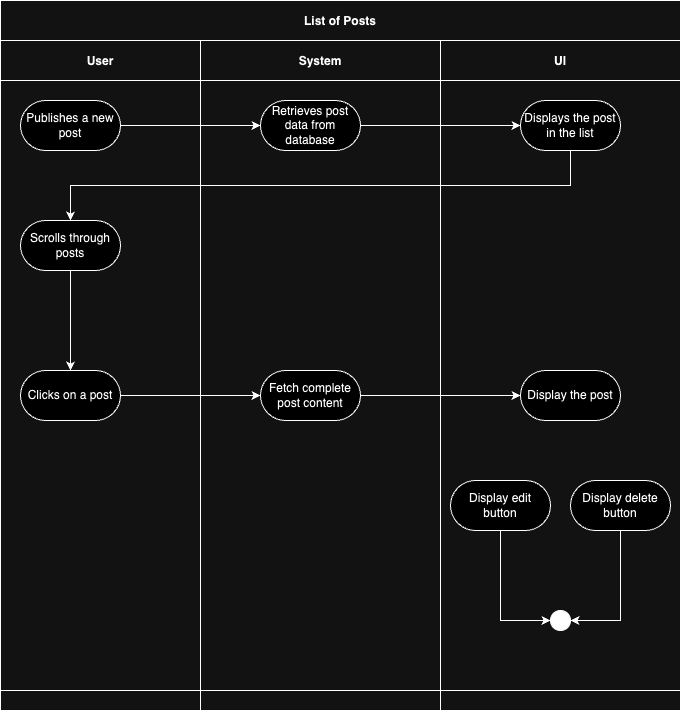
This is Assets/List .drawio.png from millisom/GluGuide, a draw.io export, as it was before one commit. Source tidied: cells renumbered, new cells last; positions are measured from the earlier drawing's top-left corner, leaving out a move shared by most shapes.
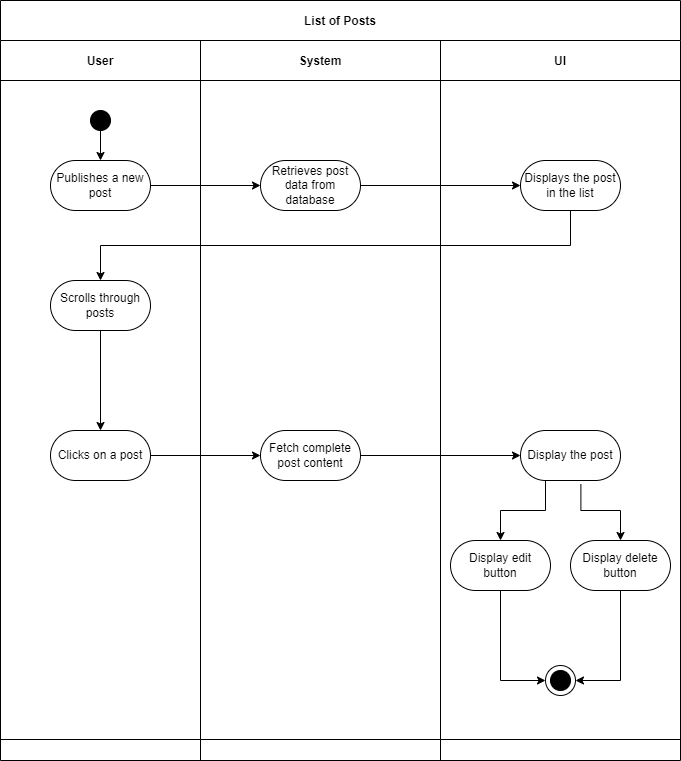
Later version of the same file.

Commit message:
Update List Post Diagram

Change to the diagram source:
```diff
@@ -3,62 +3,77 @@
     <mxCell id="0" />
     <mxCell id="1" parent="0" />
     <mxCell id="2" value="List of Posts" style="shape=table;startSize=40;fillColor=none;fontStyle=1;" parent="1" vertex="1">
-      <mxGeometry width="680" height="710" as="geometry" />
+      <mxGeometry width="680" height="760" as="geometry" />
     </mxCell>
     <mxCell id="3" style="shape=tableRow;horizontal=0;swimlaneHead=0;swimlaneBody=0;top=0;left=0;bottom=0;right=0;fillColor=none;startSize=0;fontStyle=1;" parent="2" vertex="1">
-      <mxGeometry y="40" width="680" height="650" as="geometry" />
+      <mxGeometry y="40" width="680" height="699" as="geometry" />
     </mxCell>
     <mxCell id="4" value="User" style="swimlane;swimlaneHead=0;swimlaneBody=0;fillColor=none;startSize=40;fontStyle=1;" parent="3" vertex="1">
-      <mxGeometry width="200" height="650" as="geometry" />
+      <mxGeometry width="200" height="699" as="geometry" />
     </mxCell>
     <mxCell id="5" value="Publishes a new post" style="rounded=1;whiteSpace=wrap;html=1;arcSize=50;" parent="4" vertex="1">
-      <mxGeometry x="20" y="60" width="100" height="50" as="geometry" />
+      <mxGeometry x="50" y="120" width="100" height="50" as="geometry" />
     </mxCell>
     <mxCell id="6" style="edgeStyle=orthogonalEdgeStyle;rounded=0;jettySize=auto;html=1;exitX=0.5;exitY=1;exitDx=0;exitDy=0;entryX=0.5;entryY=0;entryDx=0;entryDy=0;" parent="4" edge="1" source="7" target="8">
       <mxGeometry relative="1" as="geometry" />
     </mxCell>
     <mxCell id="7" value="Scrolls through posts" style="rounded=1;whiteSpace=wrap;html=1;arcSize=50;" parent="4" vertex="1">
-      <mxGeometry x="20" y="180" width="100" height="50" as="geometry" />
+      <mxGeometry x="50" y="240" width="100" height="50" as="geometry" />
     </mxCell>
     <mxCell id="8" value="Clicks on a post" style="rounded=1;whiteSpace=wrap;html=1;arcSize=50;" parent="4" vertex="1">
-      <mxGeometry x="20" y="330" width="100" height="50" as="geometry" />
+      <mxGeometry x="50" y="390" width="100" height="50" as="geometry" />
     </mxCell>
+    <mxCell id="29" style="edgeStyle=none;html=1;" parent="4" edge="1" source="30" target="5">
+      <mxGeometry relative="1" as="geometry" />
+    </mxCell>
+    <mxCell id="30" style="ellipse;whiteSpace=wrap;html=1;fillColor=#000000;" parent="4" vertex="1">
+      <mxGeometry x="90" y="70" width="20" height="20" as="geometry" />
+    </mxCell>
     <mxCell id="9" value="System" style="swimlane;swimlaneHead=0;swimlaneBody=0;fillColor=none;startSize=40;fontStyle=1;" parent="3" vertex="1">
-      <mxGeometry x="200" width="240" height="650" as="geometry" />
+      <mxGeometry x="200" width="240" height="699" as="geometry" />
     </mxCell>
     <mxCell id="10" value="Retrieves post data from database" style="rounded=1;whiteSpace=wrap;html=1;arcSize=50;" parent="9" vertex="1">
-      <mxGeometry x="60" y="60" width="100" height="50" as="geometry" />
+      <mxGeometry x="60" y="120" width="100" height="50" as="geometry" />
     </mxCell>
     <mxCell id="11" value="Fetch complete post content" style="rounded=1;whiteSpace=wrap;html=1;arcSize=50;" parent="9" vertex="1">
-      <mxGeometry x="60" y="330" width="100" height="50" as="geometry" />
+      <mxGeometry x="60" y="390" width="100" height="50" as="geometry" />
     </mxCell>
     <mxCell id="12" value="UI" style="swimlane;swimlaneHead=0;swimlaneBody=0;fillColor=none;startSize=40;fontStyle=1;" parent="3" vertex="1">
-      <mxGeometry x="440" width="240" height="650" as="geometry" />
+      <mxGeometry x="440" width="240" height="699" as="geometry" />
     </mxCell>
     <mxCell id="13" value="Display the post" style="rounded=1;whiteSpace=wrap;html=1;arcSize=50;" parent="12" vertex="1">
-      <mxGeometry x="80" y="330" width="100" height="50" as="geometry" />
+      <mxGeometry x="80" y="390" width="100" height="50" as="geometry" />
     </mxCell>
     <mxCell id="14" style="ellipse;whiteSpace=wrap;html=1;fillColor=#000000;" parent="12" vertex="1">
-      <mxGeometry x="110" y="570" width="20" height="20" as="geometry" />
+      <mxGeometry x="110" y="630" width="20" height="20" as="geometry" />
     </mxCell>
     <mxCell id="15" value="Displays the post in the list" style="rounded=1;whiteSpace=wrap;html=1;arcSize=50;" parent="12" vertex="1">
-      <mxGeometry x="80" y="60" width="100" height="50" as="geometry" />
+      <mxGeometry x="80" y="120" width="100" height="50" as="geometry" />
     </mxCell>
-    <mxCell id="16" style="edgeStyle=orthogonalEdgeStyle;rounded=0;jettySize=auto;html=1;exitX=0.5;exitY=1;exitDx=0;exitDy=0;entryX=0;entryY=0.5;entryDx=0;entryDy=0;" parent="12" edge="1" source="17" target="14">
+    <mxCell id="16" style="edgeStyle=orthogonalEdgeStyle;rounded=0;jettySize=auto;html=1;exitX=0.5;exitY=1;exitDx=0;exitDy=0;entryX=0;entryY=0.5;entryDx=0;entryDy=0;" parent="12" edge="1" source="17" target="33">
       <mxGeometry relative="1" as="geometry" />
     </mxCell>
     <mxCell id="17" value="Display edit button" style="rounded=1;whiteSpace=wrap;html=1;arcSize=50;" parent="12" vertex="1">
-      <mxGeometry x="10" y="440" width="100" height="50" as="geometry" />
+      <mxGeometry x="10" y="500" width="100" height="50" as="geometry" />
     </mxCell>
+    <mxCell id="19" value="Display delete button" style="rounded=1;whiteSpace=wrap;html=1;arcSize=50;" parent="12" vertex="1">
+      <mxGeometry x="130" y="500" width="100" height="50" as="geometry" />
+    </mxCell>
+    <mxCell id="31" style="edgeStyle=orthogonalEdgeStyle;rounded=0;jettySize=auto;html=1;exitX=0.25;exitY=1;exitDx=0;exitDy=0;entryX=0.5;entryY=0;entryDx=0;entryDy=0;" parent="12" edge="1" source="13" target="17">
+      <mxGeometry relative="1" as="geometry" />
+    </mxCell>
+    <mxCell id="32" style="edgeStyle=orthogonalEdgeStyle;rounded=0;jettySize=auto;html=1;exitX=0.604;exitY=1.073;exitDx=0;exitDy=0;exitPerimeter=0;" parent="12" edge="1" source="13" target="19">
+      <mxGeometry relative="1" as="geometry" />
+    </mxCell>
+    <mxCell id="33" style="ellipse;whiteSpace=wrap;html=1;fillColor=none;" parent="12" vertex="1">
+      <mxGeometry x="105" y="625" width="30" height="30" as="geometry" />
+    </mxCell>
-    <mxCell id="18" style="edgeStyle=orthogonalEdgeStyle;rounded=0;jettySize=auto;html=1;exitX=0.5;exitY=1;exitDx=0;exitDy=0;entryX=1;entryY=0.5;entryDx=0;entryDy=0;" parent="12" edge="1" source="19" target="14">
+    <mxCell id="18" style="edgeStyle=orthogonalEdgeStyle;rounded=0;jettySize=auto;html=1;exitX=0.5;exitY=1;exitDx=0;exitDy=0;entryX=1;entryY=0.5;entryDx=0;entryDy=0;" parent="12" edge="1" source="19" target="33">
       <mxGeometry relative="1" as="geometry" />
     </mxCell>
-    <mxCell id="19" value="Display delete button" style="rounded=1;whiteSpace=wrap;html=1;arcSize=50;" parent="12" vertex="1">
-      <mxGeometry x="130" y="440" width="100" height="50" as="geometry" />
-    </mxCell>
     <mxCell id="20" style="edgeStyle=orthogonalEdgeStyle;rounded=0;jettySize=auto;html=1;entryX=0;entryY=0.5;entryDx=0;entryDy=0;" parent="3" edge="1" source="5">
       <mxGeometry relative="1" as="geometry">
-        <mxPoint x="260" y="85" as="targetPoint" />
+        <mxPoint x="260" y="145" as="targetPoint" />
       </mxGeometry>
     </mxCell>
     <mxCell id="21" style="edgeStyle=orthogonalEdgeStyle;rounded=0;jettySize=auto;html=1;exitX=1;exitY=0.5;exitDx=0;exitDy=0;entryX=0;entryY=0.5;entryDx=0;entryDy=0;" parent="3" edge="1" source="10" target="15">
@@ -74,16 +89,16 @@
       <mxGeometry relative="1" as="geometry" />
     </mxCell>
     <mxCell id="25" style="shape=tableRow;horizontal=0;swimlaneHead=0;swimlaneBody=0;top=0;left=0;bottom=0;right=0;fillColor=none;startSize=0;fontStyle=1;" parent="2" vertex="1">
-      <mxGeometry y="690" width="680" height="20" as="geometry" />
+      <mxGeometry y="739" width="680" height="21" as="geometry" />
     </mxCell>
     <mxCell id="26" style="swimlane;swimlaneHead=0;swimlaneBody=0;fillColor=none;startSize=0;fontStyle=1;" parent="25" vertex="1">
-      <mxGeometry width="200" height="20" as="geometry" />
+      <mxGeometry width="200" height="21" as="geometry" />
     </mxCell>
     <mxCell id="27" style="swimlane;swimlaneHead=0;swimlaneBody=0;fillColor=none;startSize=0;fontStyle=1;" parent="25" vertex="1">
-      <mxGeometry x="200" width="240" height="20" as="geometry" />
+      <mxGeometry x="200" width="240" height="21" as="geometry" />
     </mxCell>
     <mxCell id="28" style="swimlane;swimlaneHead=0;swimlaneBody=0;fillColor=none;startSize=0;fontStyle=1;" parent="25" vertex="1">
-      <mxGeometry x="440" width="240" height="20" as="geometry" />
+      <mxGeometry x="440" width="240" height="21" as="geometry" />
     </mxCell>
   </root>
 </mxGraphModel>
```
